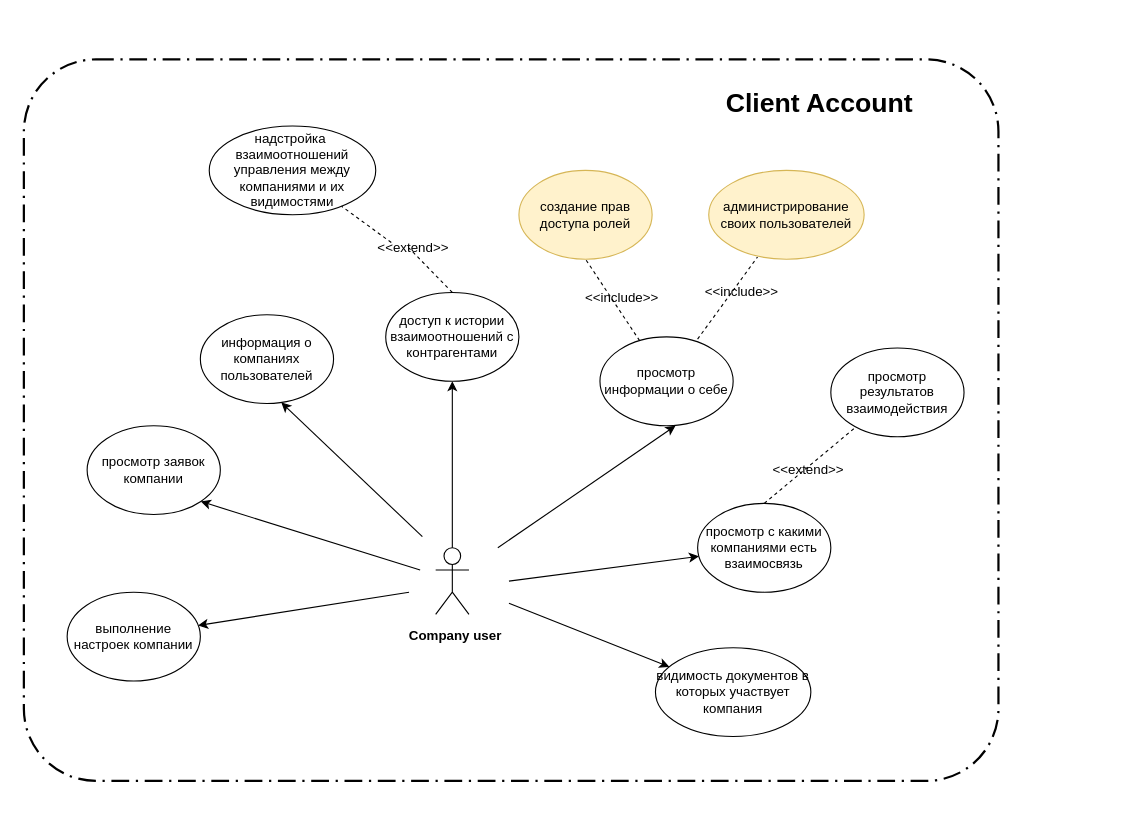
Above: module diagr.drawio in annastazi02/diagrams (draw.io), before the change. Source tidied: cells renumbered, new cells numbered last; positions are measured from the earlier drawing's top-left corner, leaving out a move shared by most shapes. Both pictures are drawn from the tidied source at 111%, with x=0, y=0 at pixel (23, 59).
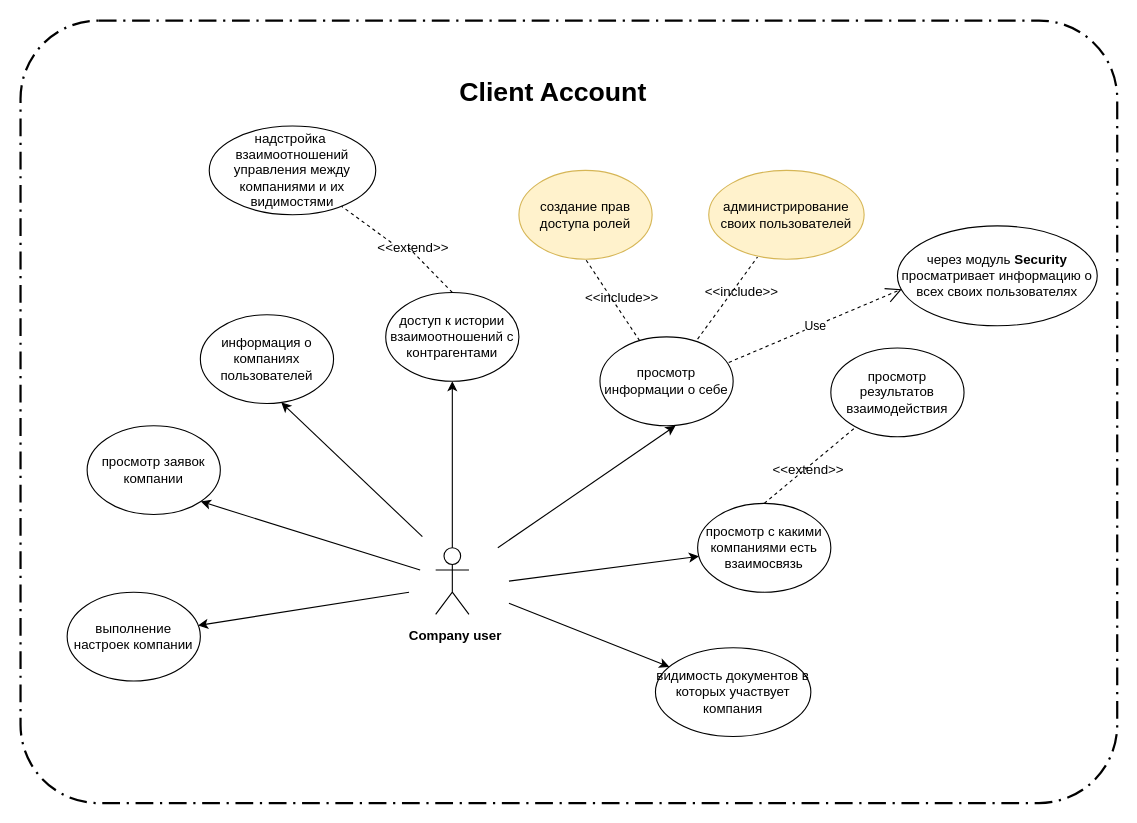
After the change.

The change refers to these unchanged cells:
```xml
<mxCell id="7" value="просмотр информации о себе" style="ellipse;whiteSpace=wrap;html=1;" parent="1" vertex="1">
  <mxGeometry x="519" y="250" width="120" height="80" as="geometry" />
</mxCell>
```

Change to the diagram source:
```diff
@@
     <mxCell id="10" value="&lt;font style=&quot;font-size: 24px&quot;&gt;&lt;b&gt;Client Account&lt;/b&gt;&lt;/font&gt;" style="text;html=1;strokeColor=none;fillColor=none;align=center;verticalAlign=middle;whiteSpace=wrap;rounded=0;strokeWidth=2;" parent="1" vertex="1">
-      <mxGeometry x="587" y="30" width="260" height="20" as="geometry" />
+      <mxGeometry x="347" y="20" width="260" height="20" as="geometry" />
     </mxCell>
@@
     <mxCell id="32" style="rounded=1;arcSize=10;dashed=1;strokeColor=#000000;fillColor=none;gradientColor=none;dashPattern=8 3 1 3;strokeWidth=2;" parent="1" vertex="1">
-      <mxGeometry width="878" height="650" as="geometry" />
+      <mxGeometry x="-3" y="-35" width="988" height="705" as="geometry" />
     </mxCell>
+    <mxCell id="33" value="Use" style="endArrow=open;endSize=12;dashed=1;html=1;exitX=0.967;exitY=0.288;exitDx=0;exitDy=0;exitPerimeter=0;entryX=0.022;entryY=0.633;entryDx=0;entryDy=0;entryPerimeter=0;" parent="1" edge="1" source="7" target="34">
+      <mxGeometry relative="1" as="geometry" />
+    </mxCell>
+    <mxCell id="34" value="через модуль &lt;b&gt;Security &lt;/b&gt;просматривает информацию о всех своих пользователях" style="ellipse;whiteSpace=wrap;html=1;strokeWidth=1;" parent="1" vertex="1">
+      <mxGeometry x="787" y="150" width="180" height="90" as="geometry" />
+    </mxCell>
```
